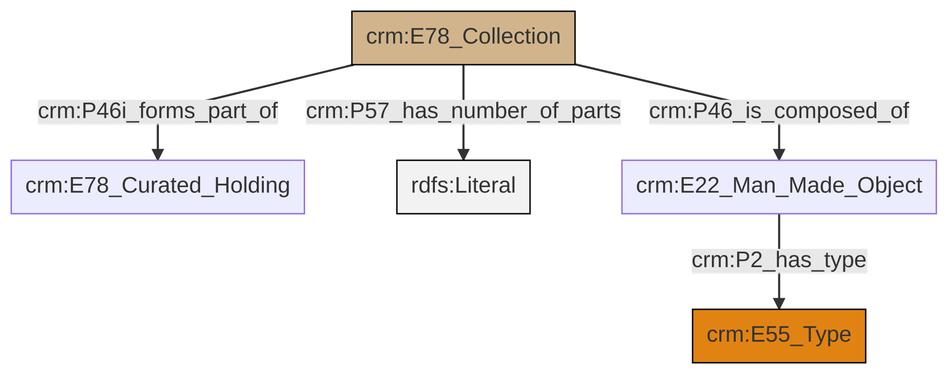
swiss-art-research-net/docs.swissartresearch keeps this Mermaid diagram as et/archivalCSV/ttl/mmd/png/archival_parthood.png. Above is the earlier version. Its source is kept beside it as et/archivalCSV/ttl/mmd/archival_parthood.ttl.mmd.
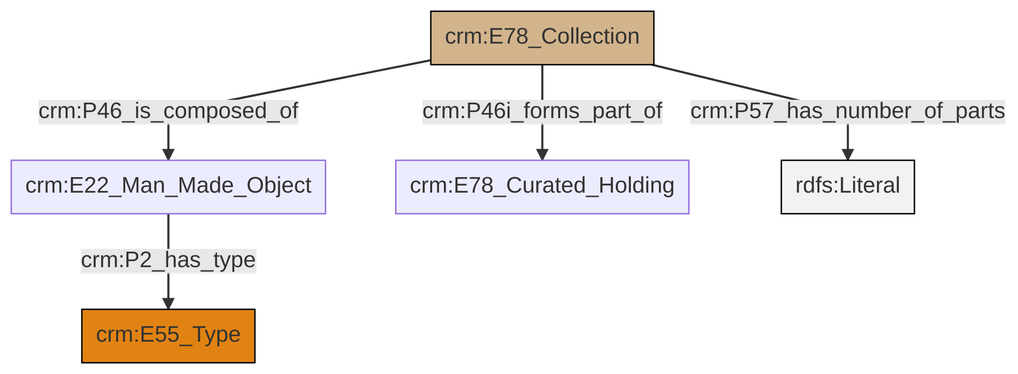
After the change.

The edit, as a diff of the source:
```diff
@@ -13,7 +13,7 @@
 classDef PC_Classes fill:#4ce600, stroke:#000000;
 classDef Multi fill:#cccccc,stroke:#000000;
 
-2["crm:E78_Collection"]:::Physical_Thing -->|crm:P46i_forms_part_of| 3["crm:E78_Curated_Holding"]:::Default
-2["crm:E78_Collection"]:::Physical_Thing -->|crm:P57_has_number_of_parts| 4[rdfs:Literal]:::Literal
-2["crm:E78_Collection"]:::Physical_Thing -->|crm:P46_is_composed_of| 5["crm:E22_Man_Made_Object"]:::Default
-5["crm:E22_Man_Made_Object"]:::Default -->|crm:P2_has_type| 0["crm:E55_Type"]:::Type
+0["crm:E22_Man_Made_Object"]:::Default -->|crm:P2_has_type| 1["crm:E55_Type"]:::Type
+2["crm:E78_Collection"]:::Physical_Thing -->|crm:P46_is_composed_of| 0["crm:E22_Man_Made_Object"]:::Default
+2["crm:E78_Collection"]:::Physical_Thing -->|crm:P57_has_number_of_parts| 7[rdfs:Literal]:::Literal
+2["crm:E78_Collection"]:::Physical_Thing -->|crm:P46i_forms_part_of| 4["crm:E78_Curated_Holding"]:::Default
```
